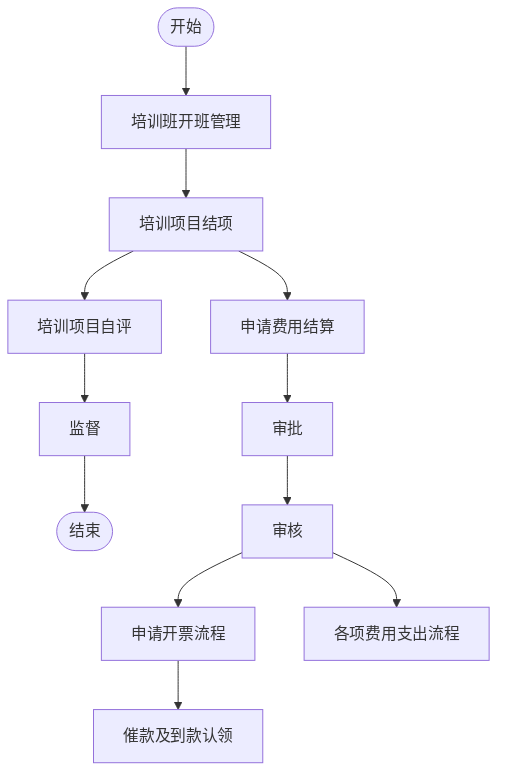
Before: outline2flow/flow_outputs/page_9.png, a diagram exported from Mermaid (AmyIvan/work1). Its source is kept beside it as outline2flow/mmd_outputs/page_9.mmd. Its diagram source:
```mermaid
flowchart TD
    Start([开始])
    End([结束])
    A[培训班开班管理]
    B[培训项目结项]
    C[申请费用结算]
    D[审批]
    E[审核]
    F[申请开票流程]
    G[催款及到款认领]
    H[各项费用支出流程]
    I[培训项目自评]
    J[监督]

    Start --> A
    A --> B
    B --> C
    C --> D
    D --> E
    E --> F
    F --> G
    E --> H
    B --> I
    I --> J
    J --> End
```
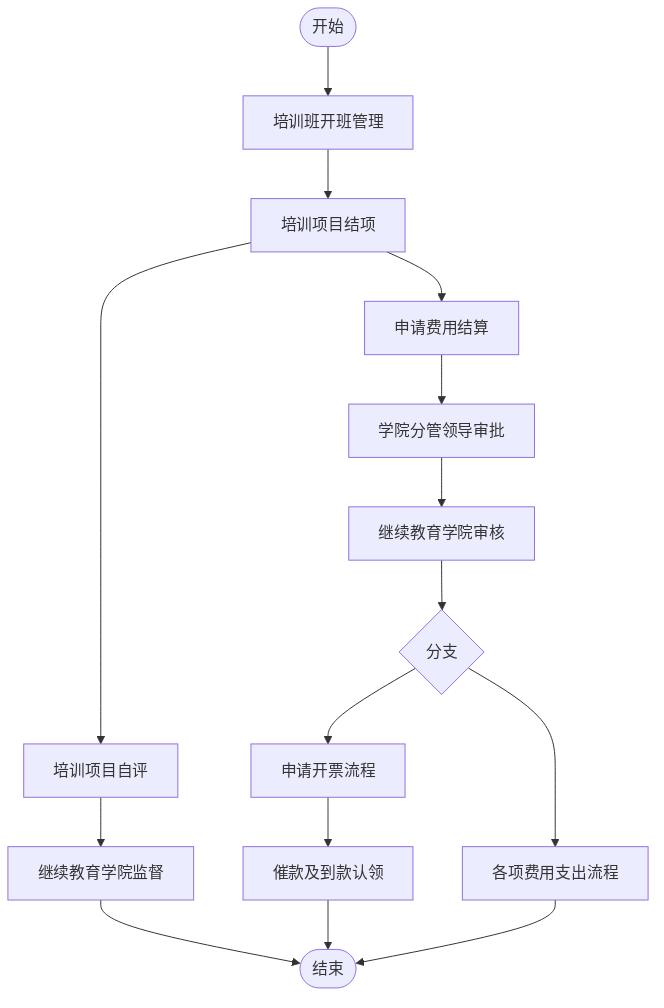
The same file after the commit.

What changed in the source:
```diff
@@ -1,25 +1,15 @@
 flowchart TD
-    Start([开始])
-    End([结束])
-    A[培训班开班管理]
-    B[培训项目结项]
-    C[申请费用结算]
-    D[审批]
-    E[审核]
-    F[申请开票流程]
-    G[催款及到款认领]
-    H[各项费用支出流程]
-    I[培训项目自评]
-    J[监督]
-
-    Start --> A
-    A --> B
-    B --> C
-    C --> D
-    D --> E
-    E --> F
-    F --> G
-    E --> H
-    B --> I
-    I --> J
-    J --> End
+    Start(["开始"]) --> A["培训班开班管理"]
+    A --> B["培训项目结项"]
+    B --> C["申请费用结算"]
+    C --> D["学院分管领导审批"]
+    D --> E["继续教育学院审核"]
+    E --> F{"分支"}
+    F --> G["申请开票流程"]
+    G --> H["催款及到款认领"]
+    F --> I["各项费用支出流程"]
+    B --> J["培训项目自评"]
+    J --> K["继续教育学院监督"]
+    K --> End(["结束"])
+    H --> End
+    I --> End
```
